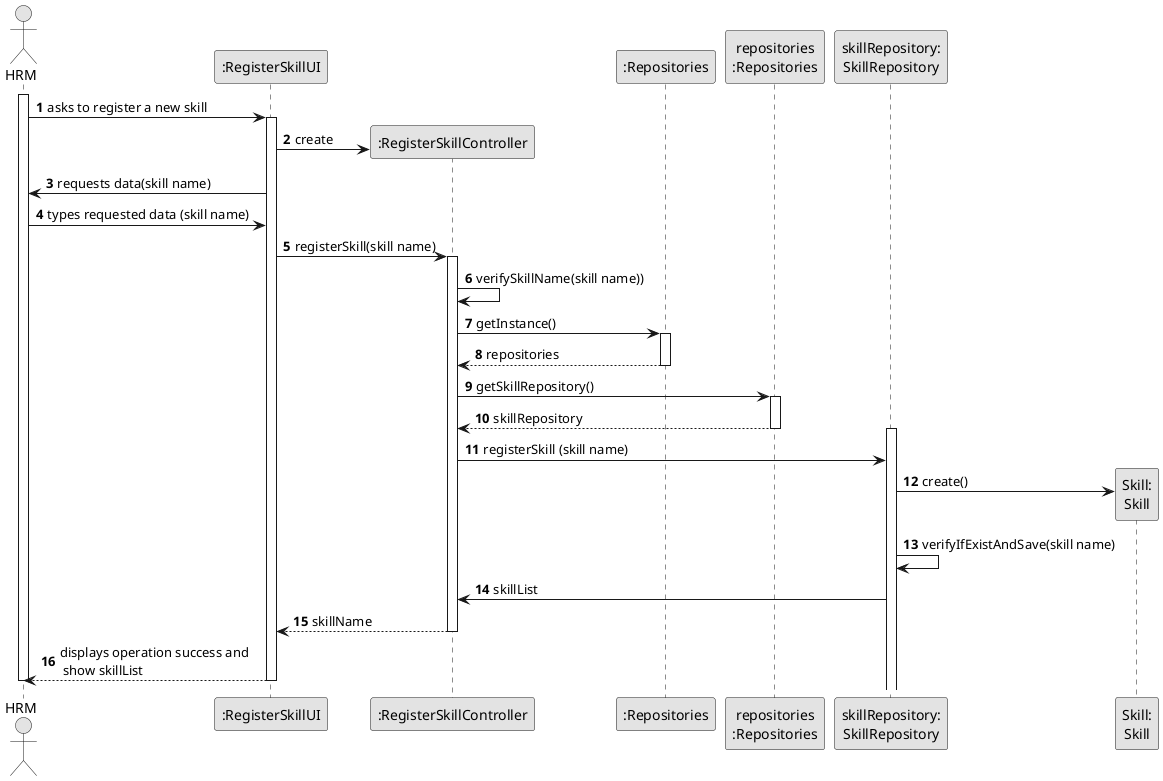
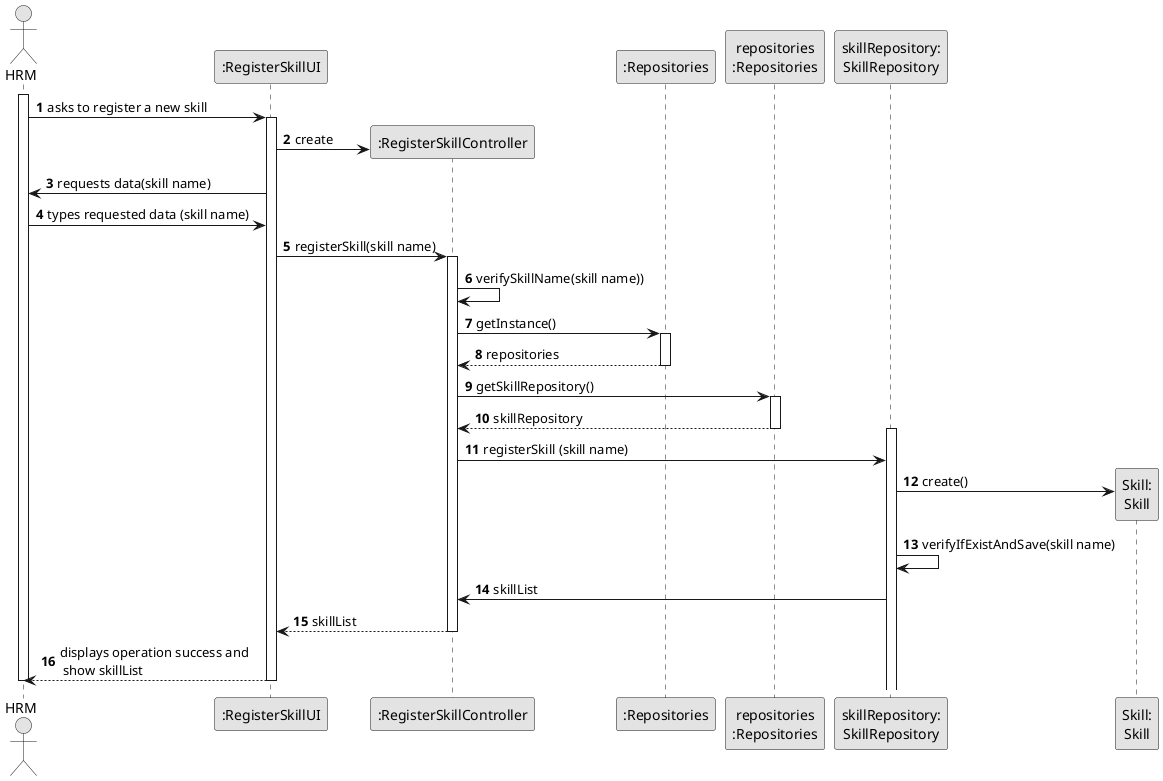
@startuml
skinparam monochrome true
skinparam packageStyle rectangle
skinparam shadowing false

autonumber

'hide footbox
actor "HRM" as HRM
participant ":RegisterSkillUI" as UI
participant ":RegisterSkillController" as CTRL
participant ":Repositories" as RepositorySingleton
participant "repositories\n:Repositories" as PLAT
participant "skillRepository:\nSkillRepository" as skillRepository
participant "Skill:\nSkill" as Skill


activate HRM

        HRM -> UI : asks to register a new skill

        activate UI

'            UI --> HRM : requests data (reference, description,  informal \n description, technical description, duration, cost)
            'create CTRL
            UI -> CTRL** : create

         UI -> HRM : requests data(skill name)
         HRM -> UI : types requested data (skill name)

            UI -> CTRL : registerSkill(skill name)

            activate CTRL
            CTRL -> CTRL : verifySkillName(skill name))


                CTRL -> RepositorySingleton : getInstance()
                activate RepositorySingleton

                    RepositorySingleton --> CTRL: repositories
                deactivate RepositorySingleton

                CTRL -> PLAT : getSkillRepository()
                activate PLAT

                    PLAT --> CTRL: skillRepository
                deactivate PLAT


                activate skillRepository


                    CTRL -> skillRepository : registerSkill (skill name)

                    skillRepository -> Skill** : create()

                    skillRepository -> skillRepository : verifyIfExistAndSave(skill name)




                skillRepository -> CTRL : skillList


-                 CTRL --> UI : skillName
+                 CTRL --> UI : skillList
            deactivate CTRL


            UI --> HRM : displays operation success and \n show skillList
    deactivate UI

deactivate HRM

@enduml